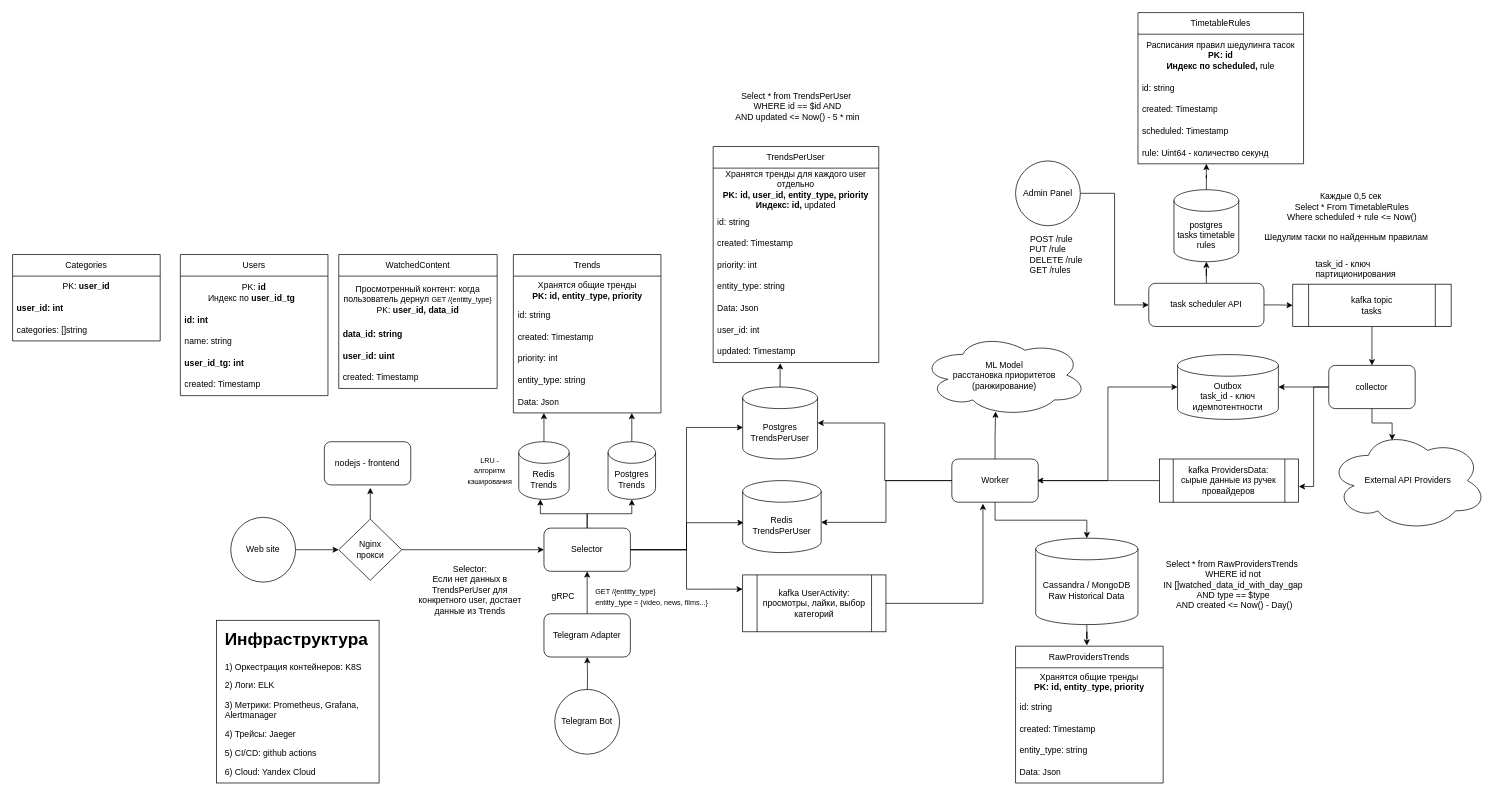
Above: docs/drawio/everytop_v1.drawio in dubter/everytop (draw.io), before the change. Source tidied: cells renumbered, new cells numbered last; positions are measured from the earlier drawing's top-left corner, leaving out a move shared by most shapes. Both pictures are drawn from the tidied source at 72%, with x=0, y=0 at pixel (12, 12).
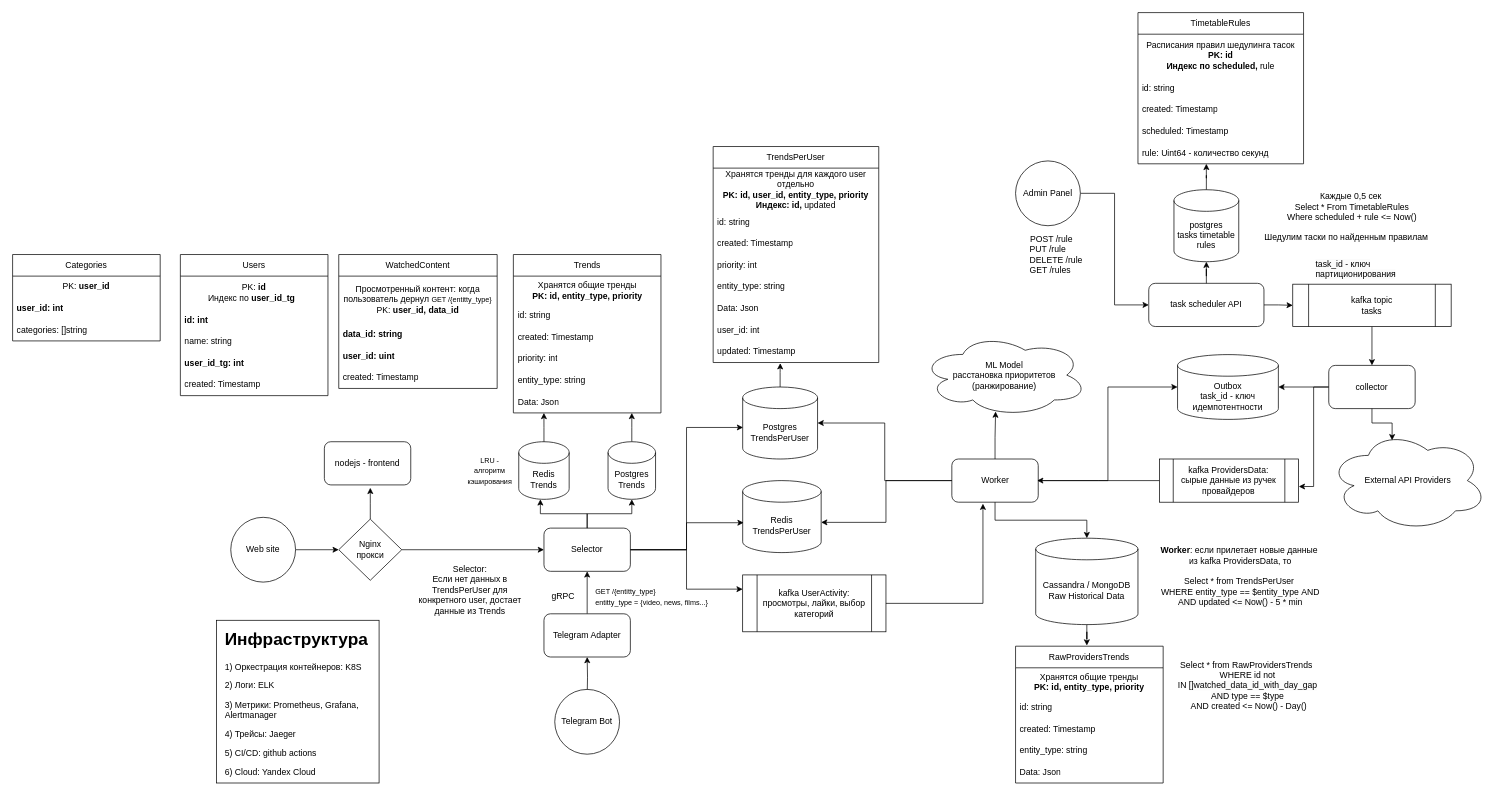
The same diagram, later.

What changed in the source:
```diff
@@
     <mxCell id="70" value="Select * from RawProvidersTrends&amp;nbsp;&lt;div&gt;WHERE id not IN&amp;nbsp;&lt;span style=&quot;color: rgb(0, 0, 0); text-align: left; background-color: rgb(251, 251, 251);&quot;&gt;[]watched_data_id_with_day_gap&lt;/span&gt;&lt;/div&gt;&lt;div&gt;&lt;span style=&quot;color: rgb(0, 0, 0); text-align: left; background-color: rgb(251, 251, 251);&quot;&gt;AND&amp;nbsp;&lt;/span&gt;&lt;span style=&quot;background-color: transparent; color: light-dark(rgb(0, 0, 0), rgb(255, 255, 255)); text-align: left;&quot;&gt;type == $&lt;/span&gt;&lt;span style=&quot;background-color: transparent; color: light-dark(rgb(0, 0, 0), rgb(255, 255, 255)); text-align: left;&quot;&gt;type&lt;/span&gt;&lt;/div&gt;&lt;div&gt;&lt;span style=&quot;background-color: transparent; color: light-dark(rgb(0, 0, 0), rgb(255, 255, 255)); text-align: left;&quot;&gt;&amp;nbsp;AND created &amp;lt;= Now() - Day()&lt;/span&gt;&lt;/div&gt;" style="text;html=1;align=center;verticalAlign=middle;whiteSpace=wrap;rounded=0;" parent="1" vertex="1">
-      <mxGeometry x="1583" y="740" width="225" height="110" as="geometry" />
+      <mxGeometry x="1603" y="880" width="225" height="110" as="geometry" />
     </mxCell>
@@
-    <mxCell id="105" value="Select * from TrendsPerUser&amp;nbsp;&lt;div&gt;WHERE id == $id AND&lt;/div&gt;&lt;div&gt;&lt;span style=&quot;color: rgb(0, 0, 0); text-align: left; background-color: rgb(251, 251, 251);&quot;&gt;AND updated &amp;lt;= Now() - 5 * min&lt;/span&gt;&lt;span style=&quot;background-color: transparent; color: light-dark(rgb(0, 0, 0), rgb(255, 255, 255)); text-align: left;&quot;&gt;&lt;br&gt;&lt;/span&gt;&lt;/div&gt;" style="text;html=1;align=center;verticalAlign=middle;whiteSpace=wrap;rounded=0;" parent="1" vertex="1">
-      <mxGeometry x="978" y="76" width="225" height="110" as="geometry" />
+    <mxCell id="105" value="&lt;div&gt;&lt;b&gt;Worker&lt;/b&gt;: если прилетает новые данные&amp;nbsp; из&amp;nbsp;&lt;span style=&quot;background-color: transparent; color: light-dark(rgb(0, 0, 0), rgb(255, 255, 255));&quot;&gt;kafka P&lt;/span&gt;&lt;span style=&quot;background-color: transparent; color: light-dark(rgb(0, 0, 0), rgb(255, 255, 255));&quot;&gt;rovidersData, то&lt;/span&gt;&lt;/div&gt;&lt;div&gt;&lt;br&gt;&lt;/div&gt;Select * from TrendsPerUser&amp;nbsp;&lt;div&gt;WHERE&amp;nbsp;&lt;span style=&quot;text-align: left;&quot;&gt;entity_type&lt;/span&gt;&amp;nbsp;== $&lt;span style=&quot;text-align: left; background-color: transparent; color: light-dark(rgb(0, 0, 0), rgb(255, 255, 255));&quot;&gt;entity_type&lt;/span&gt;&lt;span style=&quot;background-color: transparent; color: light-dark(rgb(0, 0, 0), rgb(255, 255, 255));&quot;&gt;&amp;nbsp;AND&lt;/span&gt;&lt;/div&gt;&lt;div&gt;&lt;span style=&quot;color: rgb(0, 0, 0); text-align: left; background-color: rgb(251, 251, 251);&quot;&gt;AND updated &amp;lt;= Now() - 5 * min&lt;/span&gt;&lt;span style=&quot;background-color: transparent; color: light-dark(rgb(0, 0, 0), rgb(255, 255, 255)); text-align: left;&quot;&gt;&lt;br&gt;&lt;/span&gt;&lt;/div&gt;&lt;div&gt;&lt;span style=&quot;color: rgb(0, 0, 0); text-align: left; background-color: rgb(251, 251, 251);&quot;&gt;&lt;br&gt;&lt;/span&gt;&lt;/div&gt;" style="text;html=1;align=center;verticalAlign=middle;whiteSpace=wrap;rounded=0;" parent="1" vertex="1">
+      <mxGeometry x="1593" y="735" width="225" height="110" as="geometry" />
     </mxCell>
```
